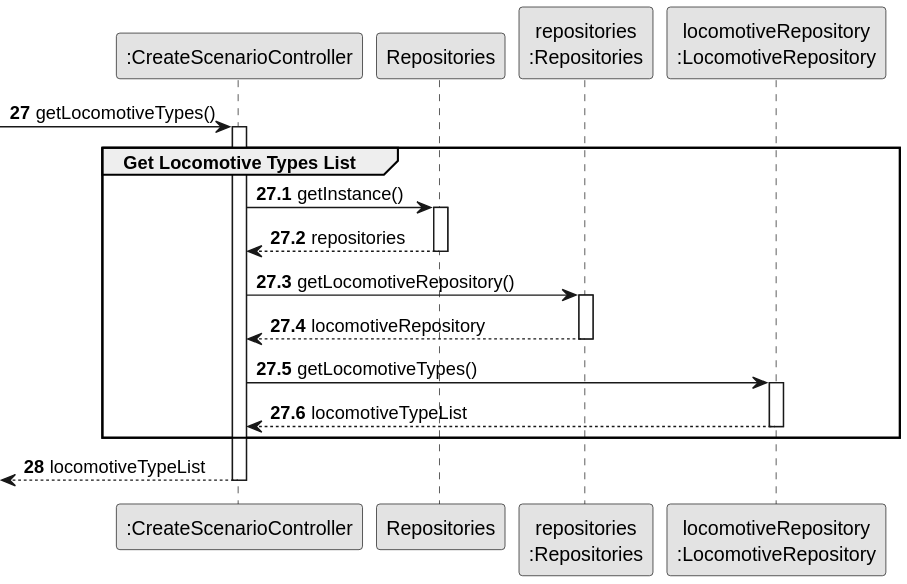
Earlier version of the PlantUML export docs/system-documentation/Sprint 2/US04/03.design/svg/US04-SD-partial-get-locomotive-types.svg (HenriqueSilva18/Railway-Network-Simulator).
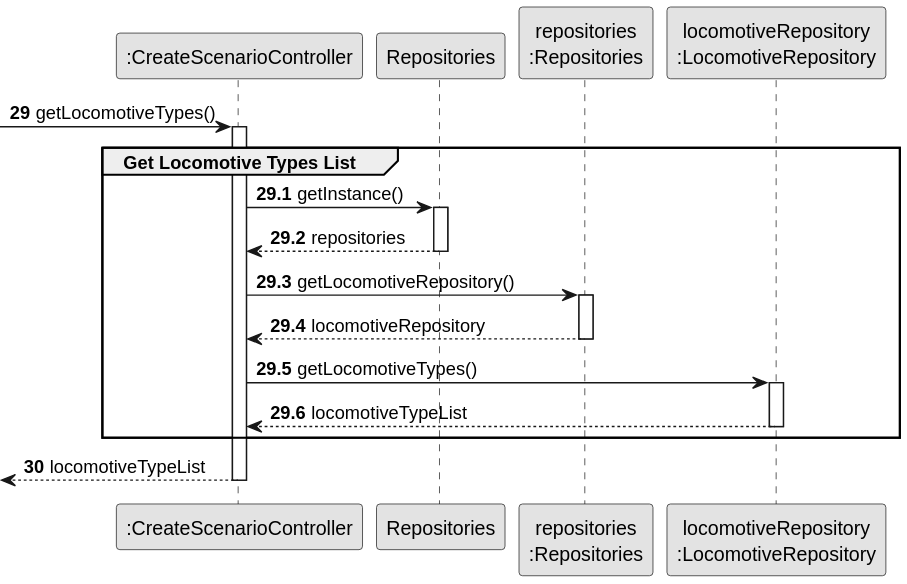
After the commit.

Diff of the diagram source:
```diff
@@ -8,10 +8,10 @@
 participant "repositories\n:Repositories" as REPOS_SINGLETON
 participant "locomotiveRepository\n:LocomotiveRepository" as LOCO_REPO
 
-autonumber 27
+autonumber 29
 -> CTRL : getLocomotiveTypes()
 
-autonumber 27.1
+autonumber 29.1
 activate CTRL
     group Get Locomotive Types List
         CTRL -> REPOS : getInstance()
@@ -30,7 +30,7 @@
         deactivate LOCO_REPO
     end
 
-    autonumber 28
+    autonumber 30
     <-- CTRL : locomotiveTypeList
 deactivate CTRL
 @enduml
```
